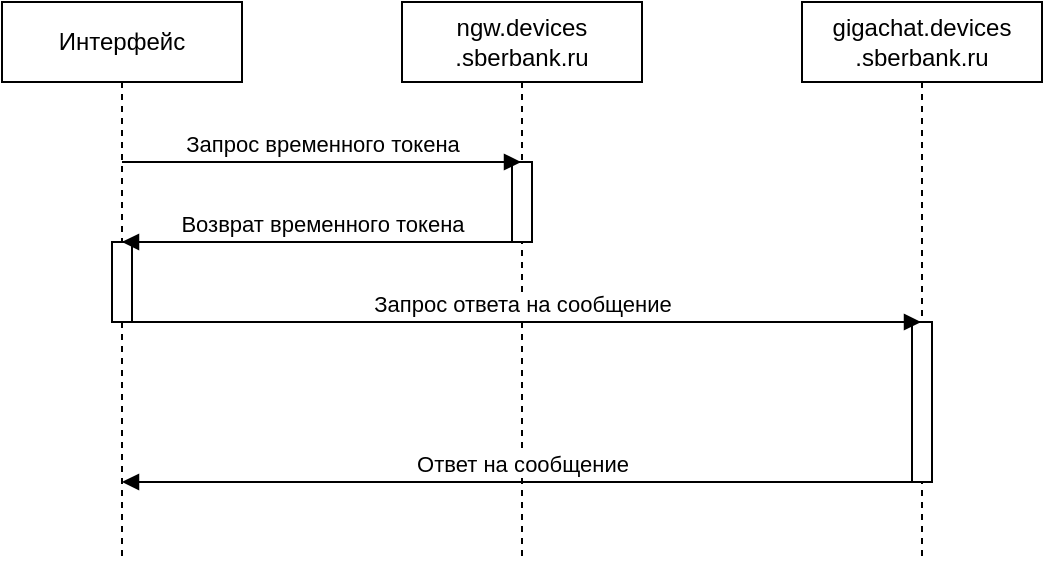
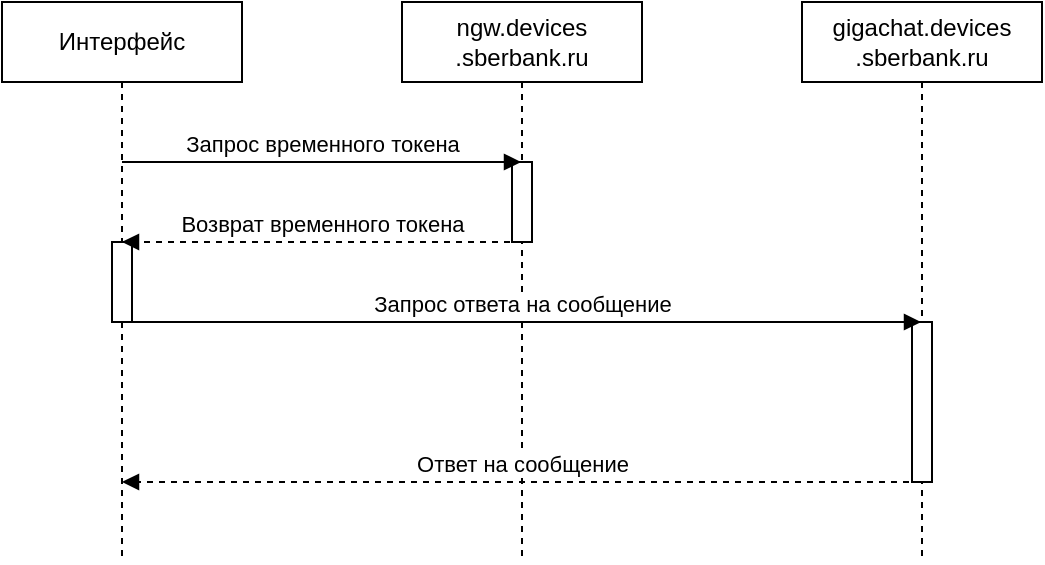
- <mxfile host="Electron" agent="Mozilla/5.0 (Windows NT 10.0; Win64; x64) AppleWebKit/537.36 (KHTML, like Gecko) draw.io/27.0.9 Chrome/134.0.6998.205 Electron/35.4.0 Safari/537.36" version="27.0.9">
+ <mxfile host="Electron" agent="Mozilla/5.0 (Windows NT 10.0; Win64; x64) AppleWebKit/537.36 (KHTML, like Gecko) draw.io/27.0.9 Chrome/134.0.6998.205 Electron/35.4.0 Safari/537.36">
  <diagram name="Страница — 1" id="Ap8TDyM6xhY4bGGW_Qpb">
-     <mxGraphModel dx="815" dy="481" grid="1" gridSize="10" guides="1" tooltips="1" connect="1" arrows="1" fold="1" page="1" pageScale="1" pageWidth="827" pageHeight="1169" math="0" shadow="0">
+     <mxGraphModel dx="1414" dy="889" grid="1" gridSize="10" guides="1" tooltips="1" connect="1" arrows="1" fold="1" page="1" pageScale="1" pageWidth="827" pageHeight="1169" math="0" shadow="0">
      <root>
        <mxCell id="0" />
        <mxCell id="1" parent="0" />
-         <mxCell id="8yUsSs41Zpct5Uc8hHWW-4" value="gigachat.devices&lt;div&gt;.sberbank.ru&lt;/div&gt;" style="shape=umlLifeline;perimeter=lifelinePerimeter;whiteSpace=wrap;html=1;container=1;dropTarget=0;collapsible=0;recursiveResize=0;outlineConnect=0;portConstraint=eastwest;newEdgeStyle={&quot;curved&quot;:0,&quot;rounded&quot;:0};" vertex="1" parent="1">
-           <mxGeometry x="480" y="80" width="120" height="280" as="geometry" />
+         <mxCell id="8yUsSs41Zpct5Uc8hHWW-4" parent="1" style="shape=umlLifeline;perimeter=lifelinePerimeter;whiteSpace=wrap;html=1;container=1;dropTarget=0;collapsible=0;recursiveResize=0;outlineConnect=0;portConstraint=eastwest;newEdgeStyle={&quot;curved&quot;:0,&quot;rounded&quot;:0};" value="gigachat.devices&lt;div&gt;.sberbank.ru&lt;/div&gt;" vertex="1">
+           <mxGeometry height="280" width="120" x="480" y="80" as="geometry" />
        </mxCell>
-         <mxCell id="8yUsSs41Zpct5Uc8hHWW-5" value="ngw.devices&lt;div&gt;.sberbank.ru&lt;/div&gt;" style="shape=umlLifeline;perimeter=lifelinePerimeter;whiteSpace=wrap;html=1;container=1;dropTarget=0;collapsible=0;recursiveResize=0;outlineConnect=0;portConstraint=eastwest;newEdgeStyle={&quot;curved&quot;:0,&quot;rounded&quot;:0};" vertex="1" parent="1">
-           <mxGeometry x="280" y="80" width="120" height="280" as="geometry" />
+         <mxCell id="8yUsSs41Zpct5Uc8hHWW-5" parent="1" style="shape=umlLifeline;perimeter=lifelinePerimeter;whiteSpace=wrap;html=1;container=1;dropTarget=0;collapsible=0;recursiveResize=0;outlineConnect=0;portConstraint=eastwest;newEdgeStyle={&quot;curved&quot;:0,&quot;rounded&quot;:0};" value="ngw.devices&lt;div&gt;.sberbank.ru&lt;/div&gt;" vertex="1">
+           <mxGeometry height="280" width="120" x="280" y="80" as="geometry" />
        </mxCell>
-         <mxCell id="8yUsSs41Zpct5Uc8hHWW-6" value="Интерфейс" style="shape=umlLifeline;perimeter=lifelinePerimeter;whiteSpace=wrap;html=1;container=1;dropTarget=0;collapsible=0;recursiveResize=0;outlineConnect=0;portConstraint=eastwest;newEdgeStyle={&quot;curved&quot;:0,&quot;rounded&quot;:0};" vertex="1" parent="1">
-           <mxGeometry x="80" y="80" width="120" height="280" as="geometry" />
+         <mxCell id="8yUsSs41Zpct5Uc8hHWW-6" parent="1" style="shape=umlLifeline;perimeter=lifelinePerimeter;whiteSpace=wrap;html=1;container=1;dropTarget=0;collapsible=0;recursiveResize=0;outlineConnect=0;portConstraint=eastwest;newEdgeStyle={&quot;curved&quot;:0,&quot;rounded&quot;:0};" value="Интерфейс" vertex="1">
+           <mxGeometry height="280" width="120" x="80" y="80" as="geometry" />
        </mxCell>
-         <mxCell id="8yUsSs41Zpct5Uc8hHWW-8" value="" style="rounded=0;whiteSpace=wrap;html=1;" vertex="1" parent="1">
-           <mxGeometry x="335" y="160" width="10" height="40" as="geometry" />
+         <mxCell id="8yUsSs41Zpct5Uc8hHWW-8" parent="1" style="rounded=0;whiteSpace=wrap;html=1;" value="" vertex="1">
+           <mxGeometry height="40" width="10" x="335" y="160" as="geometry" />
        </mxCell>
-         <mxCell id="8yUsSs41Zpct5Uc8hHWW-7" value="Запрос временного токена" style="html=1;verticalAlign=bottom;endArrow=block;curved=0;rounded=0;" edge="1" parent="1" target="8yUsSs41Zpct5Uc8hHWW-5">
-           <mxGeometry width="80" relative="1" as="geometry">
+         <mxCell id="8yUsSs41Zpct5Uc8hHWW-7" edge="1" parent="1" style="html=1;verticalAlign=bottom;endArrow=block;curved=0;rounded=0;" target="8yUsSs41Zpct5Uc8hHWW-5" value="Запрос временного токена">
+           <mxGeometry relative="1" width="80" as="geometry">
            <mxPoint x="140" y="160" as="sourcePoint" />
            <mxPoint x="220" y="160" as="targetPoint" />
          </mxGeometry>
        </mxCell>
-         <mxCell id="8yUsSs41Zpct5Uc8hHWW-11" value="Ответ на сообщение" style="html=1;verticalAlign=bottom;endArrow=block;curved=0;rounded=0;" edge="1" parent="1" source="8yUsSs41Zpct5Uc8hHWW-4">
-           <mxGeometry width="80" relative="1" as="geometry">
+         <mxCell id="8yUsSs41Zpct5Uc8hHWW-11" edge="1" parent="1" source="8yUsSs41Zpct5Uc8hHWW-4" style="html=1;verticalAlign=bottom;endArrow=block;curved=0;rounded=0;dashed=1;" value="Ответ на сообщение">
+           <mxGeometry relative="1" width="80" as="geometry">
            <mxPoint x="137.5" y="320" as="sourcePoint" />
            <mxPoint x="140" y="320" as="targetPoint" />
          </mxGeometry>
        </mxCell>
-         <mxCell id="8yUsSs41Zpct5Uc8hHWW-12" value="" style="rounded=0;whiteSpace=wrap;html=1;" vertex="1" parent="1">
-           <mxGeometry x="535" y="240" width="10" height="80" as="geometry" />
+         <mxCell id="8yUsSs41Zpct5Uc8hHWW-12" parent="1" style="rounded=0;whiteSpace=wrap;html=1;" value="" vertex="1">
+           <mxGeometry height="80" width="10" x="535" y="240" as="geometry" />
        </mxCell>
-         <mxCell id="8yUsSs41Zpct5Uc8hHWW-10" value="Запрос ответа на сообщение" style="html=1;verticalAlign=bottom;endArrow=block;curved=0;rounded=0;" edge="1" parent="1" target="8yUsSs41Zpct5Uc8hHWW-4">
-           <mxGeometry width="80" relative="1" as="geometry">
+         <mxCell id="8yUsSs41Zpct5Uc8hHWW-10" edge="1" parent="1" style="html=1;verticalAlign=bottom;endArrow=block;curved=0;rounded=0;" target="8yUsSs41Zpct5Uc8hHWW-4" value="Запрос ответа на сообщение">
+           <mxGeometry relative="1" width="80" as="geometry">
            <mxPoint x="140" y="240" as="sourcePoint" />
            <mxPoint x="335" y="240" as="targetPoint" />
          </mxGeometry>
        </mxCell>
-         <mxCell id="8yUsSs41Zpct5Uc8hHWW-13" value="" style="rounded=0;whiteSpace=wrap;html=1;" vertex="1" parent="1">
-           <mxGeometry x="135" y="200" width="10" height="40" as="geometry" />
+         <mxCell id="8yUsSs41Zpct5Uc8hHWW-13" parent="1" style="rounded=0;whiteSpace=wrap;html=1;" value="" vertex="1">
+           <mxGeometry height="40" width="10" x="135" y="200" as="geometry" />
        </mxCell>
-         <mxCell id="8yUsSs41Zpct5Uc8hHWW-9" value="Возврат временного токена" style="html=1;verticalAlign=bottom;endArrow=block;curved=0;rounded=0;" edge="1" parent="1" target="8yUsSs41Zpct5Uc8hHWW-6">
-           <mxGeometry width="80" relative="1" as="geometry">
+         <mxCell id="8yUsSs41Zpct5Uc8hHWW-9" edge="1" parent="1" style="html=1;verticalAlign=bottom;endArrow=block;curved=0;rounded=0;dashed=1;" target="8yUsSs41Zpct5Uc8hHWW-6" value="Возврат временного токена">
+           <mxGeometry relative="1" width="80" as="geometry">
            <mxPoint x="340" y="200" as="sourcePoint" />
            <mxPoint x="420" y="200" as="targetPoint" />
          </mxGeometry>
        </mxCell>
      </root>
    </mxGraphModel>
  </diagram>
</mxfile>
